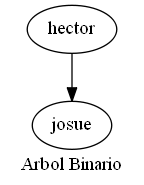
Above: Reportes/Arbol.png in hr9457/EDD_1S2020_PY1_201314296 (Graphviz), before the change. Its source is kept beside it as ArchivosDot/Arbol.dot.
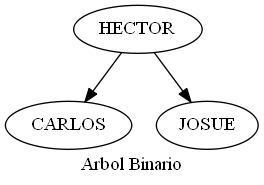
The same file after the commit.

What changed in the source:
```diff
@@ -1,8 +1,10 @@
 digraph arbol
 {
 rankdir=TB;
-nodohector[ label = "hector"];
-nodohector->nodojosue
-nodojosue[ label = "josue"];
+nodoHECTOR[ label = "HECTOR"];
+nodoHECTOR->nodoCARLOS
+nodoCARLOS[ label = "CARLOS"];
+nodoHECTOR->nodoJOSUE
+nodoJOSUE[ label = "JOSUE"];
 label = " Arbol Binario "
 }
```
